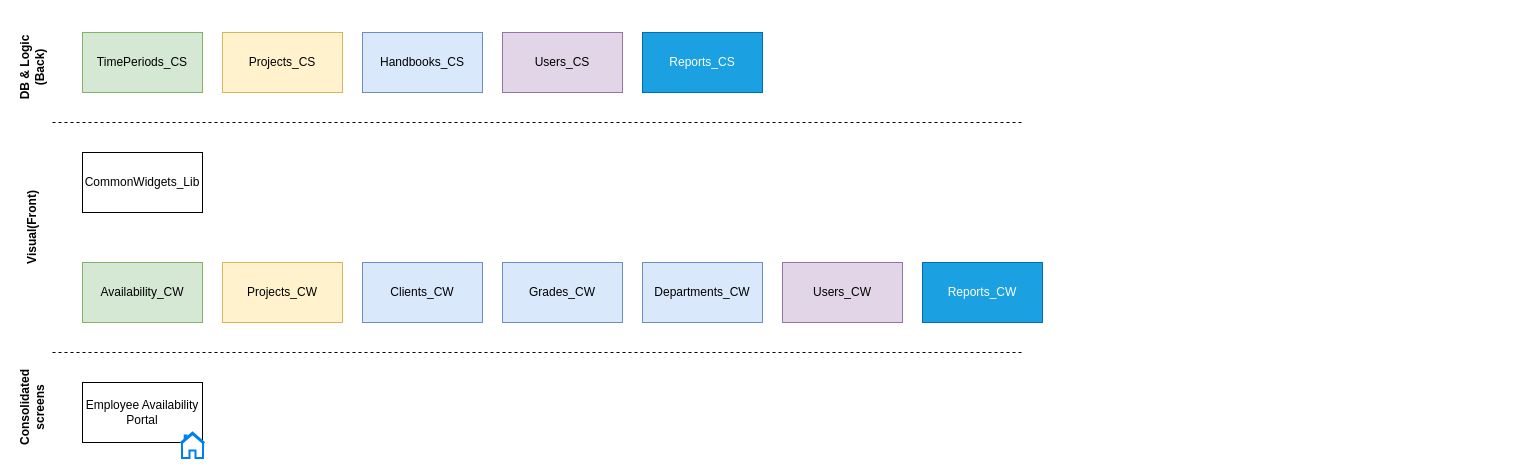
This is src/Employee Availability Architecture.drawio from andrii-voinalovych-kpmg/Employee-Availability-Architecture, a draw.io file, before an edit. Source tidied: cells renumbered, new cells numbered last; positions are measured from the earlier drawing's top-left corner, leaving out a move shared by most shapes. Both pictures are drawn from the tidied source at 100%, with x=0, y=0 at pixel (-18, 32).
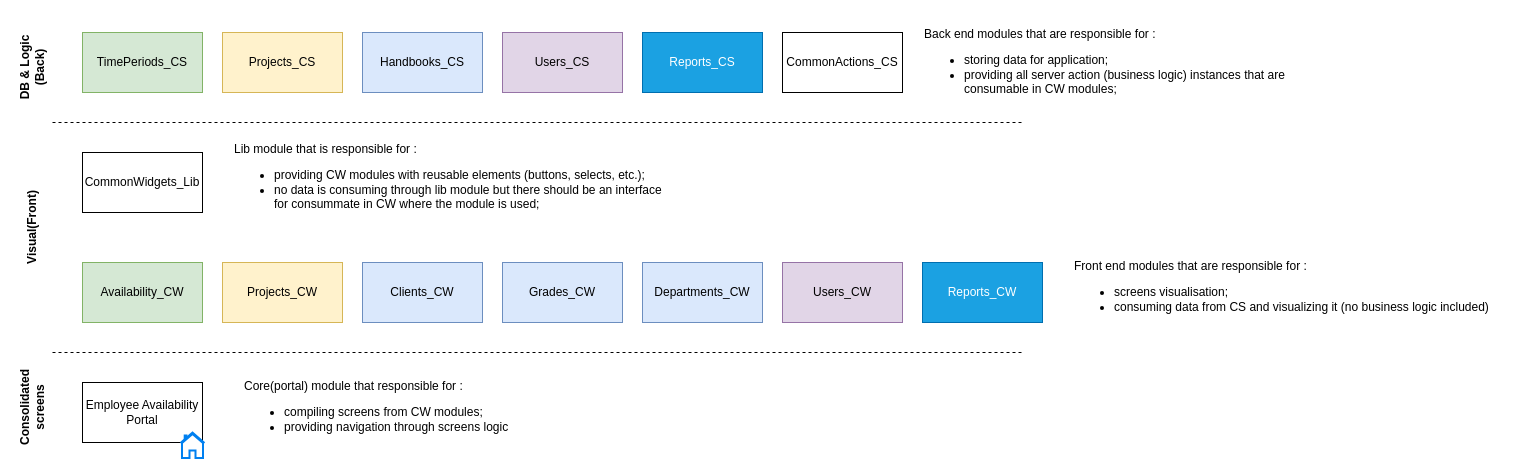
The same page after the edit.

Change to the diagram source:
```diff
@@
+    <mxCell id="22" value="CommonActions_CS" style="rounded=0;whiteSpace=wrap;html=1;" parent="1" vertex="1">
+      <mxGeometry x="800" width="120" height="60" as="geometry" />
+    </mxCell>
+    <mxCell id="23" value="Core(portal) module that responsible for :&lt;br&gt;&lt;ul&gt;&lt;li&gt;compiling screens from CW modules;&lt;/li&gt;&lt;li&gt;providing navigation through screens logic&amp;nbsp;&lt;/li&gt;&lt;/ul&gt;" style="text;html=1;strokeColor=none;fillColor=none;align=left;verticalAlign=middle;whiteSpace=wrap;rounded=0;" parent="1" vertex="1">
+      <mxGeometry x="260" y="340" width="430" height="80" as="geometry" />
+    </mxCell>
+    <mxCell id="24" value="Front end modules that are responsible for :&lt;br&gt;&lt;ul&gt;&lt;li&gt;screens visualisation;&lt;/li&gt;&lt;li&gt;consuming data from CS and visualizing it (no business logic included)&amp;nbsp;&lt;/li&gt;&lt;/ul&gt;" style="text;html=1;strokeColor=none;fillColor=none;align=left;verticalAlign=middle;whiteSpace=wrap;rounded=0;" parent="1" vertex="1">
+      <mxGeometry x="1090" y="220" width="430" height="80" as="geometry" />
+    </mxCell>
+    <mxCell id="25" value="Lib module that is responsible for :&lt;br&gt;&lt;ul&gt;&lt;li&gt;&lt;span style=&quot;background-color: initial;&quot;&gt;providing CW modules with reusable elements (buttons, selects, etc.);&lt;/span&gt;&lt;/li&gt;&lt;li&gt;&lt;span style=&quot;background-color: initial;&quot;&gt;no data is consuming through lib module but there should be an interface for consummate&amp;nbsp;in CW where the module is used;&lt;/span&gt;&lt;br&gt;&lt;/li&gt;&lt;/ul&gt;" style="text;html=1;strokeColor=none;fillColor=none;align=left;verticalAlign=middle;whiteSpace=wrap;rounded=0;" parent="1" vertex="1">
+      <mxGeometry x="250" y="110" width="430" height="80" as="geometry" />
+    </mxCell>
+    <mxCell id="26" value="Back end modules that are responsible for :&lt;br&gt;&lt;ul&gt;&lt;li&gt;storing data for application;&lt;/li&gt;&lt;li&gt;providing all server action (business logic) instances that are consumable in CW modules;&lt;/li&gt;&lt;/ul&gt;" style="text;html=1;strokeColor=none;fillColor=none;align=left;verticalAlign=middle;whiteSpace=wrap;rounded=0;" parent="1" vertex="1">
+      <mxGeometry x="940" y="-5" width="430" height="80" as="geometry" />
+    </mxCell>
```
